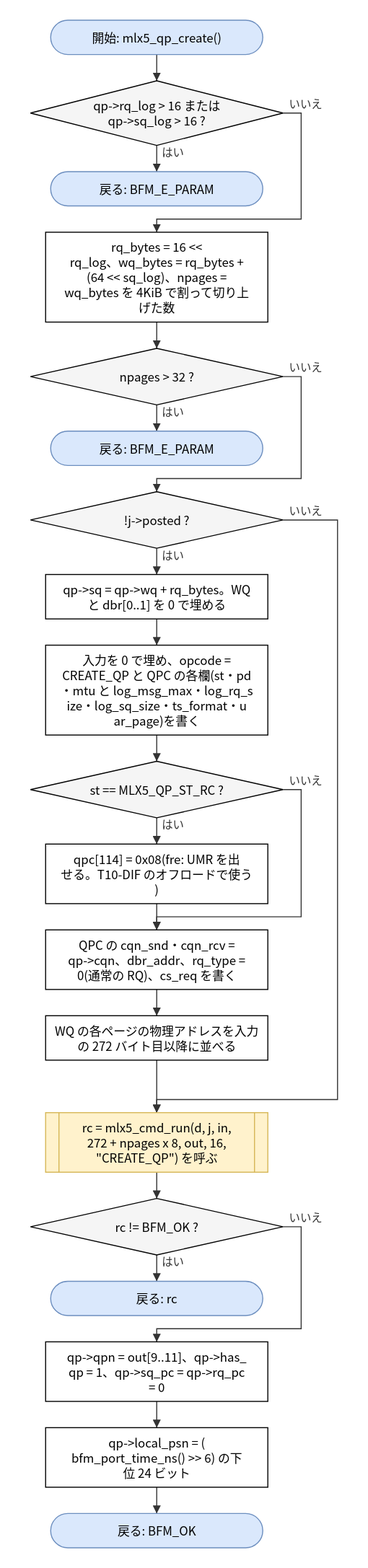
Before: doc/spec/images/flow_src_mlx5_qp-mlx5_qp_create.drawio.svg, a diagram exported from draw.io (hf355051012-ai/bfmem). Source tidied: cells renumbered, new cells last; positions are measured from the earlier drawing's top-left corner, leaving out a move shared by most shapes.
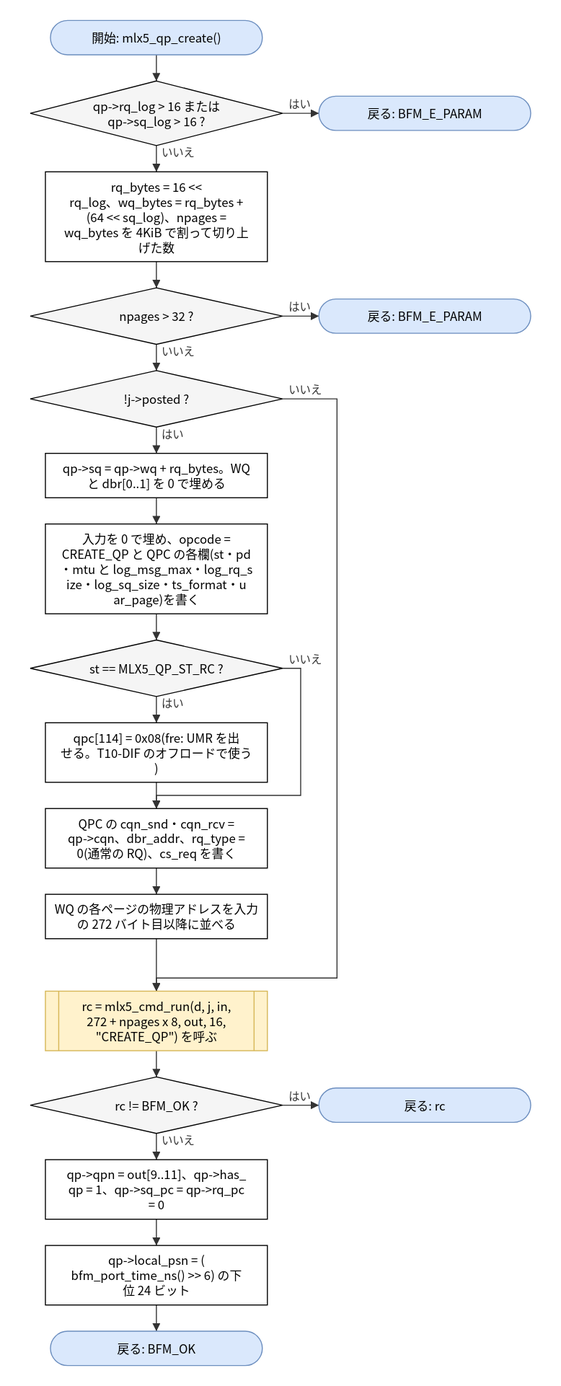
The same diagram one commit later.

What changed in the source:
```diff
@@ -9,85 +9,73 @@
       <mxGeometry y="60" width="250" height="64" as="geometry" />
     </mxCell>
     <mxCell id="4" value="戻る: BFM_E_PARAM" style="rounded=1;arcSize=50;whiteSpace=wrap;html=1;fillColor=#dae8fc;strokeColor=#6c8ebf;" parent="1" vertex="1">
-      <mxGeometry x="20" y="150" width="210" height="34" as="geometry" />
+      <mxGeometry x="286" y="75" width="210" height="34" as="geometry" />
     </mxCell>
     <mxCell id="5" value="rq_bytes = 16 &amp;lt;&amp;lt;&lt;br&gt;rq_log、wq_bytes = rq_bytes +&lt;br&gt;(64 &amp;lt;&amp;lt; sq_log)、npages =&lt;br&gt;wq_bytes を 4KiB で割って切り上&lt;br&gt;げた数" style="rounded=0;whiteSpace=wrap;html=1;" parent="1" vertex="1">
-      <mxGeometry x="15" y="210" width="220" height="89" as="geometry" />
+      <mxGeometry x="15" y="150" width="220" height="89" as="geometry" />
     </mxCell>
     <mxCell id="6" value="npages &amp;gt; 32 ?" style="rhombus;whiteSpace=wrap;html=1;fillColor=#f5f5f5;" parent="1" vertex="1">
-      <mxGeometry y="325" width="250" height="56" as="geometry" />
+      <mxGeometry y="265" width="250" height="56" as="geometry" />
     </mxCell>
     <mxCell id="7" value="戻る: BFM_E_PARAM" style="rounded=1;arcSize=50;whiteSpace=wrap;html=1;fillColor=#dae8fc;strokeColor=#6c8ebf;" parent="1" vertex="1">
-      <mxGeometry x="20" y="407" width="210" height="34" as="geometry" />
+      <mxGeometry x="286" y="276" width="210" height="34" as="geometry" />
     </mxCell>
     <mxCell id="8" value="!j-&amp;gt;posted ?" style="rhombus;whiteSpace=wrap;html=1;fillColor=#f5f5f5;" parent="1" vertex="1">
-      <mxGeometry y="467" width="250" height="56" as="geometry" />
+      <mxGeometry y="347" width="250" height="56" as="geometry" />
     </mxCell>
     <mxCell id="9" value="qp-&amp;gt;sq = qp-&amp;gt;wq + rq_bytes。WQ&lt;br&gt;と dbr[0..1] を 0 で埋める" style="rounded=0;whiteSpace=wrap;html=1;" parent="1" vertex="1">
-      <mxGeometry x="15" y="549" width="220" height="44" as="geometry" />
+      <mxGeometry x="15" y="429" width="220" height="44" as="geometry" />
     </mxCell>
     <mxCell id="10" value="入力を 0 で埋め、opcode =&lt;br&gt;CREATE_QP と QPC の各欄(st・pd&lt;br&gt;・mtu と log_msg_max・log_rq_s&lt;br&gt;ize・log_sq_size・ts_format・u&lt;br&gt;ar_page)を書く" style="rounded=0;whiteSpace=wrap;html=1;" parent="1" vertex="1">
-      <mxGeometry x="15" y="619" width="220" height="89" as="geometry" />
+      <mxGeometry x="15" y="499" width="220" height="89" as="geometry" />
     </mxCell>
     <mxCell id="11" value="st == MLX5_QP_ST_RC ?" style="rhombus;whiteSpace=wrap;html=1;fillColor=#f5f5f5;" parent="1" vertex="1">
-      <mxGeometry y="734" width="250" height="56" as="geometry" />
+      <mxGeometry y="614" width="250" height="56" as="geometry" />
     </mxCell>
     <mxCell id="12" value="qpc[114] = 0x08(fre: UMR を出&lt;br&gt;せる。T10-DIF のオフロードで使う&lt;br&gt;)" style="rounded=0;whiteSpace=wrap;html=1;" parent="1" vertex="1">
-      <mxGeometry x="15" y="816" width="220" height="59" as="geometry" />
+      <mxGeometry x="15" y="696" width="220" height="59" as="geometry" />
     </mxCell>
     <mxCell id="13" value="QPC の cqn_snd・cqn_rcv =&lt;br&gt;qp-&amp;gt;cqn、dbr_addr、rq_type =&lt;br&gt;0(通常の RQ)、cs_req を書く" style="rounded=0;whiteSpace=wrap;html=1;" parent="1" vertex="1">
-      <mxGeometry x="15" y="901" width="220" height="59" as="geometry" />
+      <mxGeometry x="15" y="781" width="220" height="59" as="geometry" />
     </mxCell>
     <mxCell id="14" value="WQ の各ページの物理アドレスを入力&lt;br&gt;の 272 バイト目以降に並べる" style="rounded=0;whiteSpace=wrap;html=1;" parent="1" vertex="1">
-      <mxGeometry x="15" y="986" width="220" height="44" as="geometry" />
+      <mxGeometry x="15" y="866" width="220" height="44" as="geometry" />
     </mxCell>
     <mxCell id="15" value="rc = mlx5_cmd_run(d, j, in,&lt;br&gt;272 + npages x 8, out, 16,&lt;br&gt;&amp;quot;CREATE_QP&amp;quot;) を呼ぶ" style="shape=process;whiteSpace=wrap;html=1;backgroundOutline=1;size=0.06;fillColor=#fff2cc;strokeColor=#d6b656;" parent="1" vertex="1">
-      <mxGeometry x="15" y="1082" width="220" height="59" as="geometry" />
+      <mxGeometry x="15" y="962" width="220" height="59" as="geometry" />
     </mxCell>
     <mxCell id="16" value="rc != BFM_OK ?" style="rhombus;whiteSpace=wrap;html=1;fillColor=#f5f5f5;" parent="1" vertex="1">
-      <mxGeometry y="1167" width="250" height="56" as="geometry" />
+      <mxGeometry y="1047" width="250" height="56" as="geometry" />
     </mxCell>
     <mxCell id="17" value="戻る: rc" style="rounded=1;arcSize=50;whiteSpace=wrap;html=1;fillColor=#dae8fc;strokeColor=#6c8ebf;" parent="1" vertex="1">
-      <mxGeometry x="20" y="1249" width="210" height="34" as="geometry" />
+      <mxGeometry x="286" y="1058" width="210" height="34" as="geometry" />
     </mxCell>
     <mxCell id="18" value="qp-&amp;gt;qpn = out[9..11]、qp-&amp;gt;has_&lt;br&gt;qp = 1、qp-&amp;gt;sq_pc = qp-&amp;gt;rq_pc&lt;br&gt;= 0" style="rounded=0;whiteSpace=wrap;html=1;" parent="1" vertex="1">
-      <mxGeometry x="15" y="1309" width="220" height="59" as="geometry" />
+      <mxGeometry x="15" y="1129" width="220" height="59" as="geometry" />
     </mxCell>
     <mxCell id="19" value="qp-&amp;gt;local_psn = (&lt;br&gt;bfm_port_time_ns() &amp;gt;&amp;gt; 6) の下&lt;br&gt;位 24 ビット" style="rounded=0;whiteSpace=wrap;html=1;" parent="1" vertex="1">
-      <mxGeometry x="15" y="1394" width="220" height="59" as="geometry" />
+      <mxGeometry x="15" y="1214" width="220" height="59" as="geometry" />
     </mxCell>
     <mxCell id="20" value="戻る: BFM_OK" style="rounded=1;arcSize=50;whiteSpace=wrap;html=1;fillColor=#dae8fc;strokeColor=#6c8ebf;" parent="1" vertex="1">
-      <mxGeometry x="20" y="1479" width="210" height="34" as="geometry" />
+      <mxGeometry x="20" y="1299" width="210" height="34" as="geometry" />
     </mxCell>
     <mxCell id="21" style="edgeStyle=none;html=1;rounded=0;endArrow=block;endFill=1;exitX=0.5000;exitY=1.0000;exitDx=0;exitDy=0;exitPerimeter=0;entryX=0.5000;entryY=0.0000;entryDx=0;entryDy=0;entryPerimeter=0;" parent="1" edge="1" source="2" target="3">
       <mxGeometry relative="1" as="geometry" />
     </mxCell>
-    <mxCell id="22" value="はい" style="edgeStyle=none;html=1;rounded=0;endArrow=block;endFill=1;exitX=0.5000;exitY=1.0000;exitDx=0;exitDy=0;exitPerimeter=0;entryX=0.5000;entryY=0.0000;entryDx=0;entryDy=0;entryPerimeter=0;" parent="1" edge="1" source="3" target="4">
+    <mxCell id="22" value="はい" style="edgeStyle=none;html=1;rounded=0;endArrow=block;endFill=1;exitX=1.0000;exitY=0.5000;exitDx=0;exitDy=0;exitPerimeter=0;entryX=0.0000;entryY=0.5000;entryDx=0;entryDy=0;entryPerimeter=0;" parent="1" edge="1" source="3" target="4">
       <mxGeometry relative="1" as="geometry" />
     </mxCell>
-    <mxCell id="23" value="いいえ" style="edgeStyle=none;html=1;rounded=0;endArrow=block;endFill=1;exitX=1.0000;exitY=0.5000;exitDx=0;exitDy=0;exitPerimeter=0;entryX=0.5000;entryY=0.0000;entryDx=0;entryDy=0;entryPerimeter=0;" parent="1" edge="1" source="3" target="5">
-      <mxGeometry relative="1" as="geometry">
-        <Array as="points">
-          <mxPoint x="268" y="92" />
-          <mxPoint x="268" y="197" />
-          <mxPoint x="125" y="197" />
-        </Array>
-      </mxGeometry>
+    <mxCell id="23" value="いいえ" style="edgeStyle=none;html=1;rounded=0;endArrow=block;endFill=1;exitX=0.5000;exitY=1.0000;exitDx=0;exitDy=0;exitPerimeter=0;entryX=0.5000;entryY=0.0000;entryDx=0;entryDy=0;entryPerimeter=0;" parent="1" edge="1" source="3" target="5">
+      <mxGeometry relative="1" as="geometry" />
     </mxCell>
     <mxCell id="24" style="edgeStyle=none;html=1;rounded=0;endArrow=block;endFill=1;exitX=0.5000;exitY=1.0000;exitDx=0;exitDy=0;exitPerimeter=0;entryX=0.5000;entryY=0.0000;entryDx=0;entryDy=0;entryPerimeter=0;" parent="1" edge="1" source="5" target="6">
       <mxGeometry relative="1" as="geometry" />
     </mxCell>
-    <mxCell id="25" value="はい" style="edgeStyle=none;html=1;rounded=0;endArrow=block;endFill=1;exitX=0.5000;exitY=1.0000;exitDx=0;exitDy=0;exitPerimeter=0;entryX=0.5000;entryY=0.0000;entryDx=0;entryDy=0;entryPerimeter=0;" parent="1" edge="1" source="6" target="7">
+    <mxCell id="25" value="はい" style="edgeStyle=none;html=1;rounded=0;endArrow=block;endFill=1;exitX=1.0000;exitY=0.5000;exitDx=0;exitDy=0;exitPerimeter=0;entryX=0.0000;entryY=0.5000;entryDx=0;entryDy=0;entryPerimeter=0;" parent="1" edge="1" source="6" target="7">
       <mxGeometry relative="1" as="geometry" />
     </mxCell>
-    <mxCell id="26" value="いいえ" style="edgeStyle=none;html=1;rounded=0;endArrow=block;endFill=1;exitX=1.0000;exitY=0.5000;exitDx=0;exitDy=0;exitPerimeter=0;entryX=0.5000;entryY=0.0000;entryDx=0;entryDy=0;entryPerimeter=0;" parent="1" edge="1" source="6" target="8">
-      <mxGeometry relative="1" as="geometry">
-        <Array as="points">
-          <mxPoint x="268" y="353" />
-          <mxPoint x="268" y="454" />
-          <mxPoint x="125" y="454" />
-        </Array>
-      </mxGeometry>
+    <mxCell id="26" value="いいえ" style="edgeStyle=none;html=1;rounded=0;endArrow=block;endFill=1;exitX=0.5000;exitY=1.0000;exitDx=0;exitDy=0;exitPerimeter=0;entryX=0.5000;entryY=0.0000;entryDx=0;entryDy=0;entryPerimeter=0;" parent="1" edge="1" source="6" target="8">
+      <mxGeometry relative="1" as="geometry" />
     </mxCell>
     <mxCell id="27" value="はい" style="edgeStyle=none;html=1;rounded=0;endArrow=block;endFill=1;exitX=0.5000;exitY=1.0000;exitDx=0;exitDy=0;exitPerimeter=0;entryX=0.5000;entryY=0.0000;entryDx=0;entryDy=0;entryPerimeter=0;" parent="1" edge="1" source="8" target="9">
       <mxGeometry relative="1" as="geometry" />
@@ -107,9 +95,9 @@
     <mxCell id="32" value="いいえ" style="edgeStyle=none;html=1;rounded=0;endArrow=block;endFill=1;exitX=1.0000;exitY=0.5000;exitDx=0;exitDy=0;exitPerimeter=0;entryX=0.5000;entryY=0.0000;entryDx=0;entryDy=0;entryPerimeter=0;" parent="1" edge="1" source="11" target="13">
       <mxGeometry relative="1" as="geometry">
         <Array as="points">
-          <mxPoint x="268" y="762" />
-          <mxPoint x="268" y="888" />
-          <mxPoint x="125" y="888" />
+          <mxPoint x="268" y="642" />
+          <mxPoint x="268" y="768" />
+          <mxPoint x="125" y="768" />
         </Array>
       </mxGeometry>
     </mxCell>
@@ -122,26 +110,20 @@
     <mxCell id="35" value="いいえ" style="edgeStyle=none;html=1;rounded=0;endArrow=block;endFill=1;exitX=1.0000;exitY=0.5000;exitDx=0;exitDy=0;exitPerimeter=0;entryX=0.5000;entryY=0.0000;entryDx=0;entryDy=0;entryPerimeter=0;" parent="1" edge="1" source="8" target="15">
       <mxGeometry relative="1" as="geometry">
         <Array as="points">
-          <mxPoint x="304" y="495" />
-          <mxPoint x="304" y="1069" />
-          <mxPoint x="125" y="1069" />
+          <mxPoint x="304" y="375" />
+          <mxPoint x="304" y="949" />
+          <mxPoint x="125" y="949" />
         </Array>
       </mxGeometry>
     </mxCell>
     <mxCell id="36" style="edgeStyle=none;html=1;rounded=0;endArrow=block;endFill=1;exitX=0.5000;exitY=1.0000;exitDx=0;exitDy=0;exitPerimeter=0;entryX=0.5000;entryY=0.0000;entryDx=0;entryDy=0;entryPerimeter=0;" parent="1" edge="1" source="15" target="16">
       <mxGeometry relative="1" as="geometry" />
     </mxCell>
-    <mxCell id="37" value="はい" style="edgeStyle=none;html=1;rounded=0;endArrow=block;endFill=1;exitX=0.5000;exitY=1.0000;exitDx=0;exitDy=0;exitPerimeter=0;entryX=0.5000;entryY=0.0000;entryDx=0;entryDy=0;entryPerimeter=0;" parent="1" edge="1" source="16" target="17">
+    <mxCell id="37" value="はい" style="edgeStyle=none;html=1;rounded=0;endArrow=block;endFill=1;exitX=1.0000;exitY=0.5000;exitDx=0;exitDy=0;exitPerimeter=0;entryX=0.0000;entryY=0.5000;entryDx=0;entryDy=0;entryPerimeter=0;" parent="1" edge="1" source="16" target="17">
       <mxGeometry relative="1" as="geometry" />
     </mxCell>
-    <mxCell id="38" value="いいえ" style="edgeStyle=none;html=1;rounded=0;endArrow=block;endFill=1;exitX=1.0000;exitY=0.5000;exitDx=0;exitDy=0;exitPerimeter=0;entryX=0.5000;entryY=0.0000;entryDx=0;entryDy=0;entryPerimeter=0;" parent="1" edge="1" source="16" target="18">
-      <mxGeometry relative="1" as="geometry">
-        <Array as="points">
-          <mxPoint x="268" y="1195" />
-          <mxPoint x="268" y="1296" />
-          <mxPoint x="125" y="1296" />
-        </Array>
-      </mxGeometry>
+    <mxCell id="38" value="いいえ" style="edgeStyle=none;html=1;rounded=0;endArrow=block;endFill=1;exitX=0.5000;exitY=1.0000;exitDx=0;exitDy=0;exitPerimeter=0;entryX=0.5000;entryY=0.0000;entryDx=0;entryDy=0;entryPerimeter=0;" parent="1" edge="1" source="16" target="18">
+      <mxGeometry relative="1" as="geometry" />
     </mxCell>
     <mxCell id="39" style="edgeStyle=none;html=1;rounded=0;endArrow=block;endFill=1;exitX=0.5000;exitY=1.0000;exitDx=0;exitDy=0;exitPerimeter=0;entryX=0.5000;entryY=0.0000;entryDx=0;entryDy=0;entryPerimeter=0;" parent="1" edge="1" source="18" target="19">
       <mxGeometry relative="1" as="geometry" />
```
